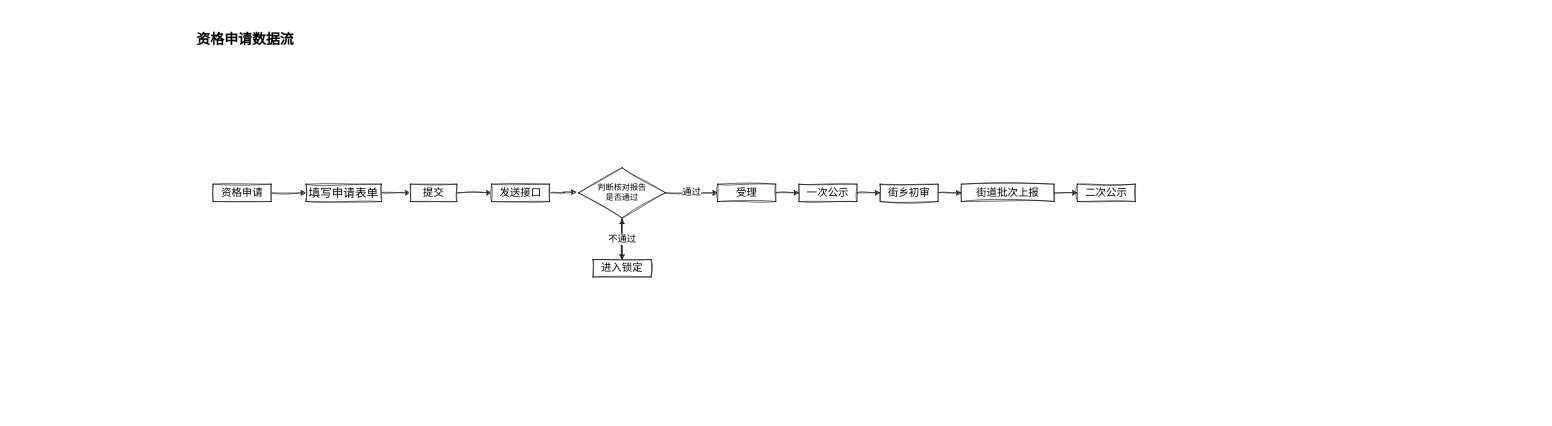
Xin4Endless/workingData keeps this draw.io diagram as 资格申请.drawio. Above is the earlier version. Source tidied: cells renumbered, new cells numbered last; positions are measured from the earlier drawing's top-left corner, leaving out a move shared by most shapes. Both pictures are drawn from the tidied source at 58%, with x=0, y=0 at pixel (190, 27).
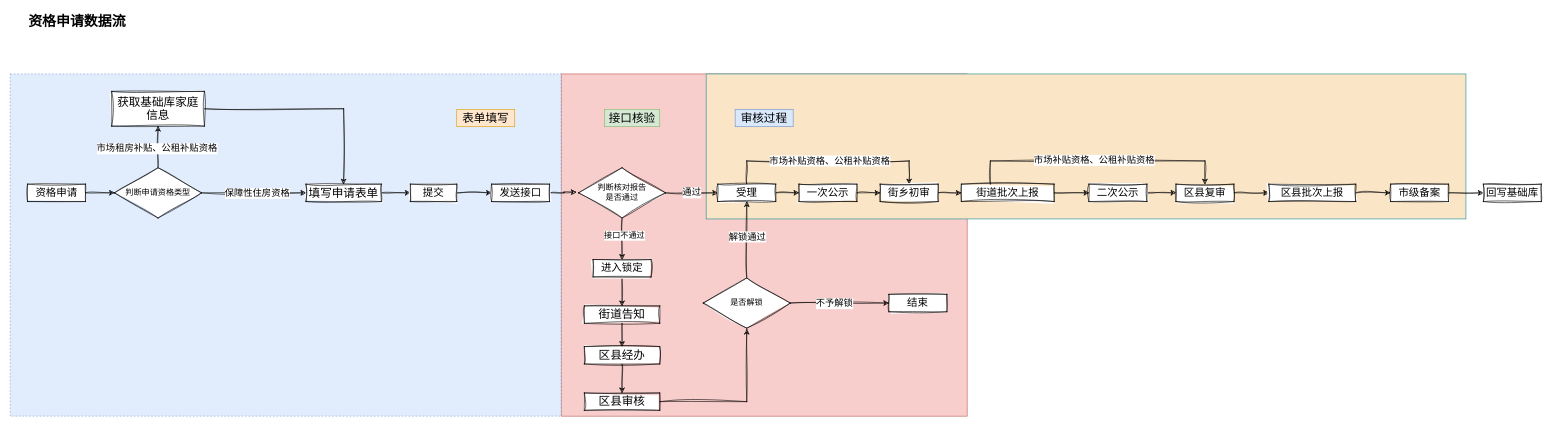
Above is the later version.

Commit message:
更新资格申请.drawio

What changed in the source:
```diff
@@
+    <mxCell id="25" style="rounded=0;whiteSpace=wrap;html=1;strokeColor=#b85450;fillColor=#f8cecc;" parent="1" vertex="1">
+      <mxGeometry x="640" y="80" width="700" height="590" as="geometry" />
+    </mxCell>
+    <mxCell id="26" style="rounded=0;whiteSpace=wrap;html=1;strokeColor=#0F8B8D;fontColor=#143642;fillColor=#FAE5C7;" parent="1" vertex="1">
+      <mxGeometry x="890" y="80" width="1310" height="250" as="geometry" />
+    </mxCell>
+    <mxCell id="27" style="rounded=0;whiteSpace=wrap;html=1;dashed=1;opacity=80;fillColor=#dae8fc;strokeColor=#6c8ebf;fillStyle=auto;gradientColor=none;align=left;fontSize=16;" parent="1" vertex="1">
+      <mxGeometry x="-310" y="80" width="950" height="590" as="geometry" />
+    </mxCell>
-    <mxCell id="2" value="资格申请数据流" style="text;strokeColor=none;fillColor=none;html=1;fontSize=24;fontStyle=1;verticalAlign=middle;align=center;sketch=1;curveFitting=1;jiggle=2;" parent="1" vertex="1">
-      <mxGeometry width="190" height="40" as="geometry" />
+    <mxCell id="2" value="资格申请数据流" style="text;strokeColor=none;fillColor=none;html=1;fontSize=24;fontStyle=1;verticalAlign=middle;align=center;sketch=1;curveFitting=1;jiggle=2;fontFamily=Comic Sans MS;" parent="1" vertex="1">
+      <mxGeometry x="-290" y="-30" width="190" height="40" as="geometry" />
     </mxCell>
-    <mxCell id="3" style="edgeStyle=orthogonalEdgeStyle;rounded=0;sketch=1;hachureGap=4;jiggle=2;curveFitting=1;jettySize=auto;html=1;exitX=1;exitY=0.5;exitDx=0;exitDy=0;fontFamily=Architects Daughter;fontSize=16;" parent="1" edge="1" source="4" target="6">
+    <mxCell id="3" style="edgeStyle=orthogonalEdgeStyle;rounded=0;sketch=1;hachureGap=4;jiggle=2;curveFitting=1;jettySize=auto;html=1;exitX=1;exitY=0.5;exitDx=0;exitDy=0;fontFamily=Comic Sans MS;fontSize=16;" parent="1" edge="1" source="57" target="6">
       <mxGeometry relative="1" as="geometry" />
     </mxCell>
+    <mxCell id="28" value="保障性住房资格&lt;br style=&quot;font-size: 16px;&quot;&gt;" style="edgeLabel;html=1;align=center;verticalAlign=middle;fontSize=16;fontFamily=Comic Sans MS;" parent="3" vertex="1">
+      <mxGeometry x="0.07" y="-2" relative="1" as="geometry">
+        <mxPoint x="-1" y="-2" as="offset" />
+      </mxGeometry>
+    </mxCell>
-    <mxCell id="4" value="资格申请" style="rounded=0;whiteSpace=wrap;html=1;fontSize=18;sketch=1;curveFitting=1;jiggle=2;" parent="1" vertex="1">
-      <mxGeometry x="40" y="270" width="100" height="30" as="geometry" />
+    <mxCell id="4" value="资格申请" style="rounded=0;whiteSpace=wrap;html=1;fontSize=18;sketch=1;curveFitting=1;jiggle=2;fontFamily=Comic Sans MS;" parent="1" vertex="1">
+      <mxGeometry x="-280" y="270" width="100" height="30" as="geometry" />
     </mxCell>
-    <mxCell id="5" style="edgeStyle=orthogonalEdgeStyle;rounded=0;sketch=1;hachureGap=4;jiggle=2;curveFitting=1;jettySize=auto;html=1;exitX=1;exitY=0.5;exitDx=0;exitDy=0;fontFamily=Architects Daughter;fontSize=16;" parent="1" edge="1" source="6" target="8">
+    <mxCell id="5" style="edgeStyle=orthogonalEdgeStyle;rounded=0;sketch=1;hachureGap=4;jiggle=2;curveFitting=1;jettySize=auto;html=1;exitX=1;exitY=0.5;exitDx=0;exitDy=0;fontFamily=Comic Sans MS;fontSize=16;" parent="1" edge="1" source="6" target="8">
       <mxGeometry relative="1" as="geometry" />
     </mxCell>
-    <mxCell id="6" value="填写申请表单" style="rounded=0;whiteSpace=wrap;html=1;sketch=1;hachureGap=4;jiggle=2;curveFitting=1;fontFamily=Architects Daughter;fontSize=20;" parent="1" vertex="1">
+    <mxCell id="6" value="填写申请表单" style="rounded=0;whiteSpace=wrap;html=1;sketch=1;hachureGap=4;jiggle=2;curveFitting=1;fontFamily=Comic Sans MS;fontSize=20;" parent="1" vertex="1">
       <mxGeometry x="200" y="270" width="130" height="30" as="geometry" />
     </mxCell>
-    <mxCell id="7" style="edgeStyle=orthogonalEdgeStyle;rounded=0;sketch=1;hachureGap=4;jiggle=2;curveFitting=1;jettySize=auto;html=1;exitX=1;exitY=0.5;exitDx=0;exitDy=0;entryX=0;entryY=0.5;entryDx=0;entryDy=0;fontFamily=Architects Daughter;fontSize=16;" parent="1" edge="1" source="8" target="10">
+    <mxCell id="7" style="edgeStyle=orthogonalEdgeStyle;rounded=0;sketch=1;hachureGap=4;jiggle=2;curveFitting=1;jettySize=auto;html=1;exitX=1;exitY=0.5;exitDx=0;exitDy=0;entryX=0;entryY=0.5;entryDx=0;entryDy=0;fontFamily=Comic Sans MS;fontSize=16;" parent="1" edge="1" source="8" target="10">
       <mxGeometry relative="1" as="geometry" />
     </mxCell>
-    <mxCell id="8" value="提交" style="rounded=0;whiteSpace=wrap;html=1;fontSize=18;sketch=1;curveFitting=1;jiggle=2;" parent="1" vertex="1">
+    <mxCell id="8" value="提交" style="rounded=0;whiteSpace=wrap;html=1;fontSize=18;sketch=1;curveFitting=1;jiggle=2;fontFamily=Comic Sans MS;" parent="1" vertex="1">
       <mxGeometry x="380" y="270" width="80" height="30" as="geometry" />
     </mxCell>
-    <mxCell id="9" style="edgeStyle=orthogonalEdgeStyle;rounded=0;sketch=1;hachureGap=4;jiggle=2;curveFitting=1;jettySize=auto;html=1;exitX=1;exitY=0.5;exitDx=0;exitDy=0;entryX=-0.026;entryY=0.486;entryDx=0;entryDy=0;entryPerimeter=0;fontFamily=Architects Daughter;fontSize=16;" parent="1" edge="1" source="10" target="13">
+    <mxCell id="9" style="edgeStyle=orthogonalEdgeStyle;rounded=0;sketch=1;hachureGap=4;jiggle=2;curveFitting=1;jettySize=auto;html=1;exitX=1;exitY=0.5;exitDx=0;exitDy=0;entryX=-0.026;entryY=0.486;entryDx=0;entryDy=0;entryPerimeter=0;fontFamily=Comic Sans MS;fontSize=16;" parent="1" edge="1" source="10" target="13">
       <mxGeometry relative="1" as="geometry" />
     </mxCell>
-    <mxCell id="10" value="发送接口" style="rounded=0;whiteSpace=wrap;html=1;fontSize=18;sketch=1;curveFitting=1;jiggle=2;" parent="1" vertex="1">
+    <mxCell id="10" value="发送接口" style="rounded=0;whiteSpace=wrap;html=1;fontSize=18;sketch=1;curveFitting=1;jiggle=2;fontFamily=Comic Sans MS;" parent="1" vertex="1">
       <mxGeometry x="520" y="270" width="100" height="30" as="geometry" />
     </mxCell>
-    <mxCell id="11" value="通过" style="edgeStyle=orthogonalEdgeStyle;rounded=0;sketch=1;hachureGap=4;jiggle=2;curveFitting=1;jettySize=auto;html=1;entryX=0;entryY=0.5;entryDx=0;entryDy=0;fontFamily=Architects Daughter;fontSize=16;" parent="1" edge="1" source="13" target="15">
+    <mxCell id="11" value="通过" style="edgeStyle=orthogonalEdgeStyle;rounded=0;sketch=1;hachureGap=4;jiggle=2;curveFitting=1;jettySize=auto;html=1;entryX=0;entryY=0.5;entryDx=0;entryDy=0;fontFamily=Comic Sans MS;fontSize=16;" parent="1" edge="1" source="13" target="15">
       <mxGeometry relative="1" as="geometry" />
     </mxCell>
-    <mxCell id="12" style="edgeStyle=orthogonalEdgeStyle;rounded=0;sketch=1;hachureGap=4;jiggle=2;curveFitting=1;jettySize=auto;html=1;entryX=0.5;entryY=0;entryDx=0;entryDy=0;fontFamily=Architects Daughter;fontSize=16;" parent="1" edge="1" source="13" target="17">
+    <mxCell id="12" style="edgeStyle=orthogonalEdgeStyle;rounded=0;sketch=1;hachureGap=4;jiggle=2;curveFitting=1;jettySize=auto;html=1;entryX=0.5;entryY=0;entryDx=0;entryDy=0;fontFamily=Comic Sans MS;fontSize=16;" parent="1" edge="1" source="13" target="17">
       <mxGeometry relative="1" as="geometry" />
     </mxCell>
+    <mxCell id="29" value="接口不通过" style="edgeLabel;html=1;align=center;verticalAlign=middle;fontSize=14;fontFamily=Comic Sans MS;" parent="12" vertex="1">
+      <mxGeometry x="-0.2" y="3" relative="1" as="geometry" />
+    </mxCell>
-    <mxCell id="13" value="判断核对报告&lt;br&gt;是否通过" style="html=1;whiteSpace=wrap;shape=isoRectangle;sketch=1;hachureGap=4;jiggle=2;curveFitting=1;fontFamily=Architects Daughter;fontSize=14;" parent="1" vertex="1">
+    <mxCell id="13" value="判断核对报告&lt;br&gt;是否通过" style="html=1;whiteSpace=wrap;shape=isoRectangle;sketch=1;hachureGap=4;jiggle=2;curveFitting=1;fontFamily=Comic Sans MS;fontSize=14;" parent="1" vertex="1">
       <mxGeometry x="670" y="240" width="150" height="90" as="geometry" />
     </mxCell>
-    <mxCell id="14" style="edgeStyle=orthogonalEdgeStyle;rounded=0;sketch=1;hachureGap=4;jiggle=2;curveFitting=1;jettySize=auto;html=1;exitX=1;exitY=0.5;exitDx=0;exitDy=0;entryX=0;entryY=0.5;entryDx=0;entryDy=0;fontFamily=Architects Daughter;fontSize=16;" parent="1" edge="1" source="15" target="19">
+    <mxCell id="14" style="edgeStyle=orthogonalEdgeStyle;rounded=0;sketch=1;hachureGap=4;jiggle=2;curveFitting=1;jettySize=auto;html=1;exitX=1;exitY=0.5;exitDx=0;exitDy=0;entryX=0;entryY=0.5;entryDx=0;entryDy=0;fontFamily=Comic Sans MS;fontSize=16;" parent="1" edge="1" source="15" target="19">
       <mxGeometry relative="1" as="geometry" />
     </mxCell>
+    <mxCell id="30" style="edgeStyle=orthogonalEdgeStyle;rounded=0;sketch=1;hachureGap=4;jiggle=2;curveFitting=1;jettySize=auto;html=1;exitX=0.5;exitY=0;exitDx=0;exitDy=0;entryX=0.5;entryY=0;entryDx=0;entryDy=0;fontFamily=Comic Sans MS;fontSize=16;" parent="1" edge="1" target="21">
+      <mxGeometry relative="1" as="geometry">
+        <mxPoint x="960" y="270" as="sourcePoint" />
+        <Array as="points">
+          <mxPoint x="960" y="230" />
+          <mxPoint x="1240" y="230" />
+        </Array>
+      </mxGeometry>
+    </mxCell>
+    <mxCell id="31" value="市场补贴资格、公租补贴资格" style="edgeLabel;html=1;align=center;verticalAlign=middle;fontSize=16;fontFamily=Comic Sans MS;" parent="30" vertex="1">
+      <mxGeometry x="0.01" y="1" relative="1" as="geometry" />
+    </mxCell>
-    <mxCell id="15" value="受理" style="rounded=0;whiteSpace=wrap;html=1;fontSize=18;sketch=1;curveFitting=1;jiggle=2;" parent="1" vertex="1">
+    <mxCell id="15" value="受理" style="rounded=0;whiteSpace=wrap;html=1;fontSize=18;sketch=1;curveFitting=1;jiggle=2;fontFamily=Comic Sans MS;" parent="1" vertex="1">
       <mxGeometry x="910" y="270" width="100" height="30" as="geometry" />
     </mxCell>
-    <mxCell id="16" value="不通过" style="edgeStyle=orthogonalEdgeStyle;rounded=0;sketch=1;hachureGap=4;jiggle=2;curveFitting=1;jettySize=auto;html=1;fontFamily=Architects Daughter;fontSize=16;" parent="1" edge="1" source="17" target="13">
-      <mxGeometry relative="1" as="geometry" />
-    </mxCell>
+    <mxCell id="32" style="edgeStyle=orthogonalEdgeStyle;rounded=0;sketch=1;hachureGap=4;jiggle=2;curveFitting=1;jettySize=auto;html=1;fontFamily=Comic Sans MS;fontSize=16;" parent="1" edge="1" source="17" target="37">
+      <mxGeometry relative="1" as="geometry" />
+    </mxCell>
-    <mxCell id="17" value="进入锁定" style="rounded=0;whiteSpace=wrap;html=1;fontSize=18;sketch=1;curveFitting=1;jiggle=2;" parent="1" vertex="1">
+    <mxCell id="17" value="进入锁定" style="rounded=0;whiteSpace=wrap;html=1;fontSize=18;sketch=1;curveFitting=1;jiggle=2;fontFamily=Comic Sans MS;" parent="1" vertex="1">
       <mxGeometry x="695" y="400" width="100" height="30" as="geometry" />
     </mxCell>
-    <mxCell id="18" style="edgeStyle=orthogonalEdgeStyle;rounded=0;sketch=1;hachureGap=4;jiggle=2;curveFitting=1;jettySize=auto;html=1;fontFamily=Architects Daughter;fontSize=16;" parent="1" edge="1" source="19" target="21">
+    <mxCell id="18" style="edgeStyle=orthogonalEdgeStyle;rounded=0;sketch=1;hachureGap=4;jiggle=2;curveFitting=1;jettySize=auto;html=1;fontFamily=Comic Sans MS;fontSize=16;" parent="1" edge="1" source="19" target="21">
       <mxGeometry relative="1" as="geometry" />
     </mxCell>
-    <mxCell id="19" value="一次公示" style="rounded=0;whiteSpace=wrap;html=1;fontSize=18;sketch=1;curveFitting=1;jiggle=2;" parent="1" vertex="1">
+    <mxCell id="19" value="一次公示" style="rounded=0;whiteSpace=wrap;html=1;fontSize=18;sketch=1;curveFitting=1;jiggle=2;fontFamily=Comic Sans MS;" parent="1" vertex="1">
       <mxGeometry x="1050" y="270" width="100" height="30" as="geometry" />
     </mxCell>
-    <mxCell id="20" style="edgeStyle=orthogonalEdgeStyle;rounded=0;sketch=1;hachureGap=4;jiggle=2;curveFitting=1;jettySize=auto;html=1;fontFamily=Architects Daughter;fontSize=16;" parent="1" edge="1" source="21" target="23">
+    <mxCell id="20" style="edgeStyle=orthogonalEdgeStyle;rounded=0;sketch=1;hachureGap=4;jiggle=2;curveFitting=1;jettySize=auto;html=1;fontFamily=Comic Sans MS;fontSize=16;" parent="1" edge="1" source="21" target="23">
       <mxGeometry relative="1" as="geometry" />
     </mxCell>
+    <mxCell id="33" style="edgeStyle=orthogonalEdgeStyle;rounded=0;sketch=1;hachureGap=4;jiggle=2;curveFitting=1;jettySize=auto;html=1;exitX=0.5;exitY=0;exitDx=0;exitDy=0;fontFamily=Comic Sans MS;fontSize=16;entryX=0.5;entryY=0;entryDx=0;entryDy=0;" parent="1" edge="1" target="49">
+      <mxGeometry relative="1" as="geometry">
+        <mxPoint x="1380" y="270" as="sourcePoint" />
+        <Array as="points">
+          <mxPoint x="1380" y="230" />
+          <mxPoint x="1750" y="230" />
+        </Array>
+      </mxGeometry>
+    </mxCell>
+    <mxCell id="34" value="市场补贴资格、公租补贴资格" style="edgeLabel;html=1;align=center;verticalAlign=middle;fontSize=16;fontFamily=Comic Sans MS;" parent="33" vertex="1">
+      <mxGeometry x="-0.03" y="2" relative="1" as="geometry" />
+    </mxCell>
-    <mxCell id="21" value="街乡初审" style="rounded=0;whiteSpace=wrap;html=1;fontSize=18;sketch=1;curveFitting=1;jiggle=2;" parent="1" vertex="1">
+    <mxCell id="21" value="街乡初审" style="rounded=0;whiteSpace=wrap;html=1;fontSize=18;sketch=1;curveFitting=1;jiggle=2;fontFamily=Comic Sans MS;" parent="1" vertex="1">
       <mxGeometry x="1190" y="270" width="100" height="30" as="geometry" />
     </mxCell>
-    <mxCell id="22" style="edgeStyle=orthogonalEdgeStyle;rounded=0;sketch=1;hachureGap=4;jiggle=2;curveFitting=1;jettySize=auto;html=1;fontFamily=Architects Daughter;fontSize=16;" parent="1" edge="1" source="23" target="24">
+    <mxCell id="22" style="edgeStyle=orthogonalEdgeStyle;rounded=0;sketch=1;hachureGap=4;jiggle=2;curveFitting=1;jettySize=auto;html=1;fontFamily=Comic Sans MS;fontSize=16;" parent="1" edge="1" source="23" target="24">
       <mxGeometry relative="1" as="geometry" />
     </mxCell>
-    <mxCell id="23" value="街道批次上报" style="rounded=0;whiteSpace=wrap;html=1;fontSize=18;sketch=1;curveFitting=1;jiggle=2;" parent="1" vertex="1">
+    <mxCell id="23" value="街道批次上报" style="rounded=0;whiteSpace=wrap;html=1;fontSize=18;sketch=1;curveFitting=1;jiggle=2;fontFamily=Comic Sans MS;" parent="1" vertex="1">
       <mxGeometry x="1330" y="270" width="160" height="30" as="geometry" />
     </mxCell>
+    <mxCell id="35" style="edgeStyle=orthogonalEdgeStyle;rounded=0;sketch=1;hachureGap=4;jiggle=2;curveFitting=1;jettySize=auto;html=1;fontFamily=Comic Sans MS;fontSize=16;" parent="1" edge="1" source="24" target="49">
+      <mxGeometry relative="1" as="geometry" />
+    </mxCell>
-    <mxCell id="24" value="二次公示" style="rounded=0;whiteSpace=wrap;html=1;fontSize=18;sketch=1;curveFitting=1;jiggle=2;" parent="1" vertex="1">
-      <mxGeometry x="1530" y="270" width="100" height="30" as="geometry" />
+    <mxCell id="24" value="二次公示" style="rounded=0;whiteSpace=wrap;html=1;fontSize=18;sketch=1;curveFitting=1;jiggle=2;fontFamily=Comic Sans MS;" parent="1" vertex="1">
+      <mxGeometry x="1550" y="270" width="100" height="30" as="geometry" />
     </mxCell>
+    <mxCell id="36" style="edgeStyle=orthogonalEdgeStyle;rounded=0;sketch=1;hachureGap=4;jiggle=2;curveFitting=1;jettySize=auto;html=1;fontFamily=Comic Sans MS;fontSize=16;" parent="1" edge="1" source="37" target="39">
+      <mxGeometry relative="1" as="geometry" />
+    </mxCell>
+    <mxCell id="37" value="街道告知" style="rounded=0;whiteSpace=wrap;html=1;sketch=1;hachureGap=4;jiggle=2;curveFitting=1;fontFamily=Comic Sans MS;fontSize=20;" parent="1" vertex="1">
+      <mxGeometry x="680" y="480" width="130" height="30" as="geometry" />
+    </mxCell>
+    <mxCell id="38" style="edgeStyle=orthogonalEdgeStyle;rounded=0;sketch=1;hachureGap=4;jiggle=2;curveFitting=1;jettySize=auto;html=1;fontFamily=Comic Sans MS;fontSize=16;" parent="1" edge="1" source="39" target="42">
+      <mxGeometry relative="1" as="geometry" />
+    </mxCell>
+    <mxCell id="39" value="区县经办" style="rounded=0;whiteSpace=wrap;html=1;sketch=1;hachureGap=4;jiggle=2;curveFitting=1;fontFamily=Comic Sans MS;fontSize=20;" parent="1" vertex="1">
+      <mxGeometry x="680" y="550" width="130" height="30" as="geometry" />
+    </mxCell>
+    <mxCell id="40" style="edgeStyle=orthogonalEdgeStyle;rounded=0;sketch=1;hachureGap=4;jiggle=2;curveFitting=1;jettySize=auto;html=1;entryX=0.5;entryY=1;entryDx=0;entryDy=0;fontFamily=Comic Sans MS;fontSize=16;" parent="1" edge="1" source="46" target="15">
+      <mxGeometry relative="1" as="geometry" />
+    </mxCell>
+    <mxCell id="41" value="解锁通过" style="edgeLabel;html=1;align=center;verticalAlign=middle;fontSize=16;fontFamily=Comic Sans MS;" parent="40" vertex="1">
+      <mxGeometry x="-0.03" y="-4" relative="1" as="geometry">
+        <mxPoint x="-4" y="-7" as="offset" />
+      </mxGeometry>
+    </mxCell>
+    <mxCell id="42" value="区县审核" style="rounded=0;whiteSpace=wrap;html=1;sketch=1;hachureGap=4;jiggle=2;curveFitting=1;fontFamily=Comic Sans MS;fontSize=20;" parent="1" vertex="1">
+      <mxGeometry x="680" y="630" width="130" height="30" as="geometry" />
+    </mxCell>
+    <mxCell id="43" style="edgeStyle=orthogonalEdgeStyle;rounded=0;sketch=1;hachureGap=4;jiggle=2;curveFitting=1;jettySize=auto;html=1;entryX=0.5;entryY=1;entryDx=0;entryDy=0;fontFamily=Comic Sans MS;fontSize=16;" parent="1" edge="1" source="42" target="46">
+      <mxGeometry relative="1" as="geometry" />
+    </mxCell>
+    <mxCell id="44" style="edgeStyle=orthogonalEdgeStyle;rounded=0;sketch=1;hachureGap=4;jiggle=2;curveFitting=1;jettySize=auto;html=1;fontFamily=Comic Sans MS;fontSize=16;" parent="1" edge="1" source="46" target="47">
+      <mxGeometry relative="1" as="geometry" />
+    </mxCell>
+    <mxCell id="45" value="不予解锁" style="edgeLabel;html=1;align=center;verticalAlign=middle;fontSize=16;fontFamily=Comic Sans MS;" parent="44" vertex="1">
+      <mxGeometry x="-0.28" y="-1" relative="1" as="geometry">
+        <mxPoint x="14" y="-1" as="offset" />
+      </mxGeometry>
+    </mxCell>
+    <mxCell id="46" value="是否解锁" style="html=1;whiteSpace=wrap;shape=isoRectangle;sketch=1;hachureGap=4;jiggle=2;curveFitting=1;fontFamily=Comic Sans MS;fontSize=14;" parent="1" vertex="1">
+      <mxGeometry x="885" y="430" width="150" height="90" as="geometry" />
+    </mxCell>
+    <mxCell id="47" value="结束" style="rounded=0;whiteSpace=wrap;html=1;fontSize=18;sketch=1;curveFitting=1;jiggle=2;fontFamily=Comic Sans MS;" parent="1" vertex="1">
+      <mxGeometry x="1205" y="460" width="100" height="30" as="geometry" />
+    </mxCell>
+    <mxCell id="48" style="edgeStyle=orthogonalEdgeStyle;rounded=0;sketch=1;hachureGap=4;jiggle=2;curveFitting=1;jettySize=auto;html=1;fontFamily=Comic Sans MS;fontSize=16;" parent="1" edge="1" source="49" target="51">
+      <mxGeometry relative="1" as="geometry" />
+    </mxCell>
+    <mxCell id="49" value="区县复审" style="rounded=0;whiteSpace=wrap;html=1;fontSize=18;sketch=1;curveFitting=1;jiggle=2;fontFamily=Comic Sans MS;" parent="1" vertex="1">
+      <mxGeometry x="1700" y="270" width="100" height="30" as="geometry" />
+    </mxCell>
+    <mxCell id="50" style="edgeStyle=orthogonalEdgeStyle;rounded=0;sketch=1;hachureGap=4;jiggle=2;curveFitting=1;jettySize=auto;html=1;fontFamily=Comic Sans MS;fontSize=16;" parent="1" edge="1" source="51" target="53">
+      <mxGeometry relative="1" as="geometry" />
+    </mxCell>
+    <mxCell id="51" value="区县批次上报" style="rounded=0;whiteSpace=wrap;html=1;fontSize=18;sketch=1;curveFitting=1;jiggle=2;fontFamily=Comic Sans MS;" parent="1" vertex="1">
+      <mxGeometry x="1860" y="270" width="150" height="30" as="geometry" />
+    </mxCell>
+    <mxCell id="52" style="edgeStyle=orthogonalEdgeStyle;rounded=0;sketch=1;hachureGap=4;jiggle=2;curveFitting=1;jettySize=auto;html=1;fontFamily=Comic Sans MS;fontSize=16;" parent="1" edge="1" source="53" target="60">
+      <mxGeometry relative="1" as="geometry" />
+    </mxCell>
+    <mxCell id="53" value="市级备案" style="rounded=0;whiteSpace=wrap;html=1;fontSize=18;sketch=1;curveFitting=1;jiggle=2;fontFamily=Comic Sans MS;" parent="1" vertex="1">
+      <mxGeometry x="2070" y="270" width="100" height="30" as="geometry" />
+    </mxCell>
+    <mxCell id="54" style="edgeStyle=orthogonalEdgeStyle;rounded=0;sketch=1;hachureGap=4;jiggle=2;curveFitting=1;jettySize=auto;html=1;exitX=1;exitY=0.5;exitDx=0;exitDy=0;fontFamily=Comic Sans MS;fontSize=16;" parent="1" edge="1" source="4" target="57">
+      <mxGeometry relative="1" as="geometry" />
+    </mxCell>
+    <mxCell id="55" style="edgeStyle=orthogonalEdgeStyle;rounded=0;sketch=1;hachureGap=4;jiggle=2;curveFitting=1;jettySize=auto;html=1;fontFamily=Comic Sans MS;fontSize=16;" parent="1" edge="1" source="57" target="59">
+      <mxGeometry relative="1" as="geometry" />
+    </mxCell>
+    <mxCell id="56" value="市场租房补贴、公租补贴资格" style="edgeLabel;html=1;align=center;verticalAlign=middle;fontSize=16;fontFamily=Comic Sans MS;" parent="55" vertex="1">
+      <mxGeometry x="-0.09" y="3" relative="1" as="geometry" />
+    </mxCell>
+    <mxCell id="57" value="判断申请资格类型" style="html=1;whiteSpace=wrap;shape=isoRectangle;sketch=1;hachureGap=4;jiggle=2;curveFitting=1;fontFamily=Comic Sans MS;fontSize=14;" parent="1" vertex="1">
+      <mxGeometry x="-130" y="240" width="150" height="90" as="geometry" />
+    </mxCell>
+    <mxCell id="58" style="edgeStyle=orthogonalEdgeStyle;rounded=0;sketch=1;hachureGap=4;jiggle=2;curveFitting=1;jettySize=auto;html=1;fontFamily=Comic Sans MS;fontSize=16;" parent="1" edge="1" source="59" target="6">
+      <mxGeometry relative="1" as="geometry" />
+    </mxCell>
+    <mxCell id="59" value="获取基础库家庭信息" style="rounded=0;whiteSpace=wrap;html=1;sketch=1;hachureGap=4;jiggle=2;curveFitting=1;fontFamily=Comic Sans MS;fontSize=20;" parent="1" vertex="1">
+      <mxGeometry x="-135" y="110" width="160" height="60" as="geometry" />
+    </mxCell>
+    <mxCell id="60" value="回写基础库" style="rounded=0;whiteSpace=wrap;html=1;fontSize=18;sketch=1;curveFitting=1;jiggle=2;fontFamily=Comic Sans MS;" parent="1" vertex="1">
+      <mxGeometry x="2230" y="270" width="100" height="30" as="geometry" />
+    </mxCell>
+    <mxCell id="61" value="表单填写" style="text;html=1;strokeColor=#d79b00;fillColor=#ffe6cc;align=center;verticalAlign=middle;whiteSpace=wrap;rounded=0;fontSize=20;" parent="1" vertex="1">
+      <mxGeometry x="460" y="141" width="100" height="30" as="geometry" />
+    </mxCell>
+    <mxCell id="62" value="接口核验" style="text;html=1;strokeColor=#82b366;fillColor=#d5e8d4;align=center;verticalAlign=middle;whiteSpace=wrap;rounded=0;fontSize=20;" parent="1" vertex="1">
+      <mxGeometry x="715" y="141" width="95" height="30" as="geometry" />
+    </mxCell>
+    <mxCell id="63" value="审核过程" style="text;html=1;strokeColor=#6c8ebf;fillColor=#dae8fc;align=center;verticalAlign=middle;whiteSpace=wrap;rounded=0;fontSize=20;" parent="1" vertex="1">
+      <mxGeometry x="940" y="141" width="100" height="30" as="geometry" />
+    </mxCell>
```
